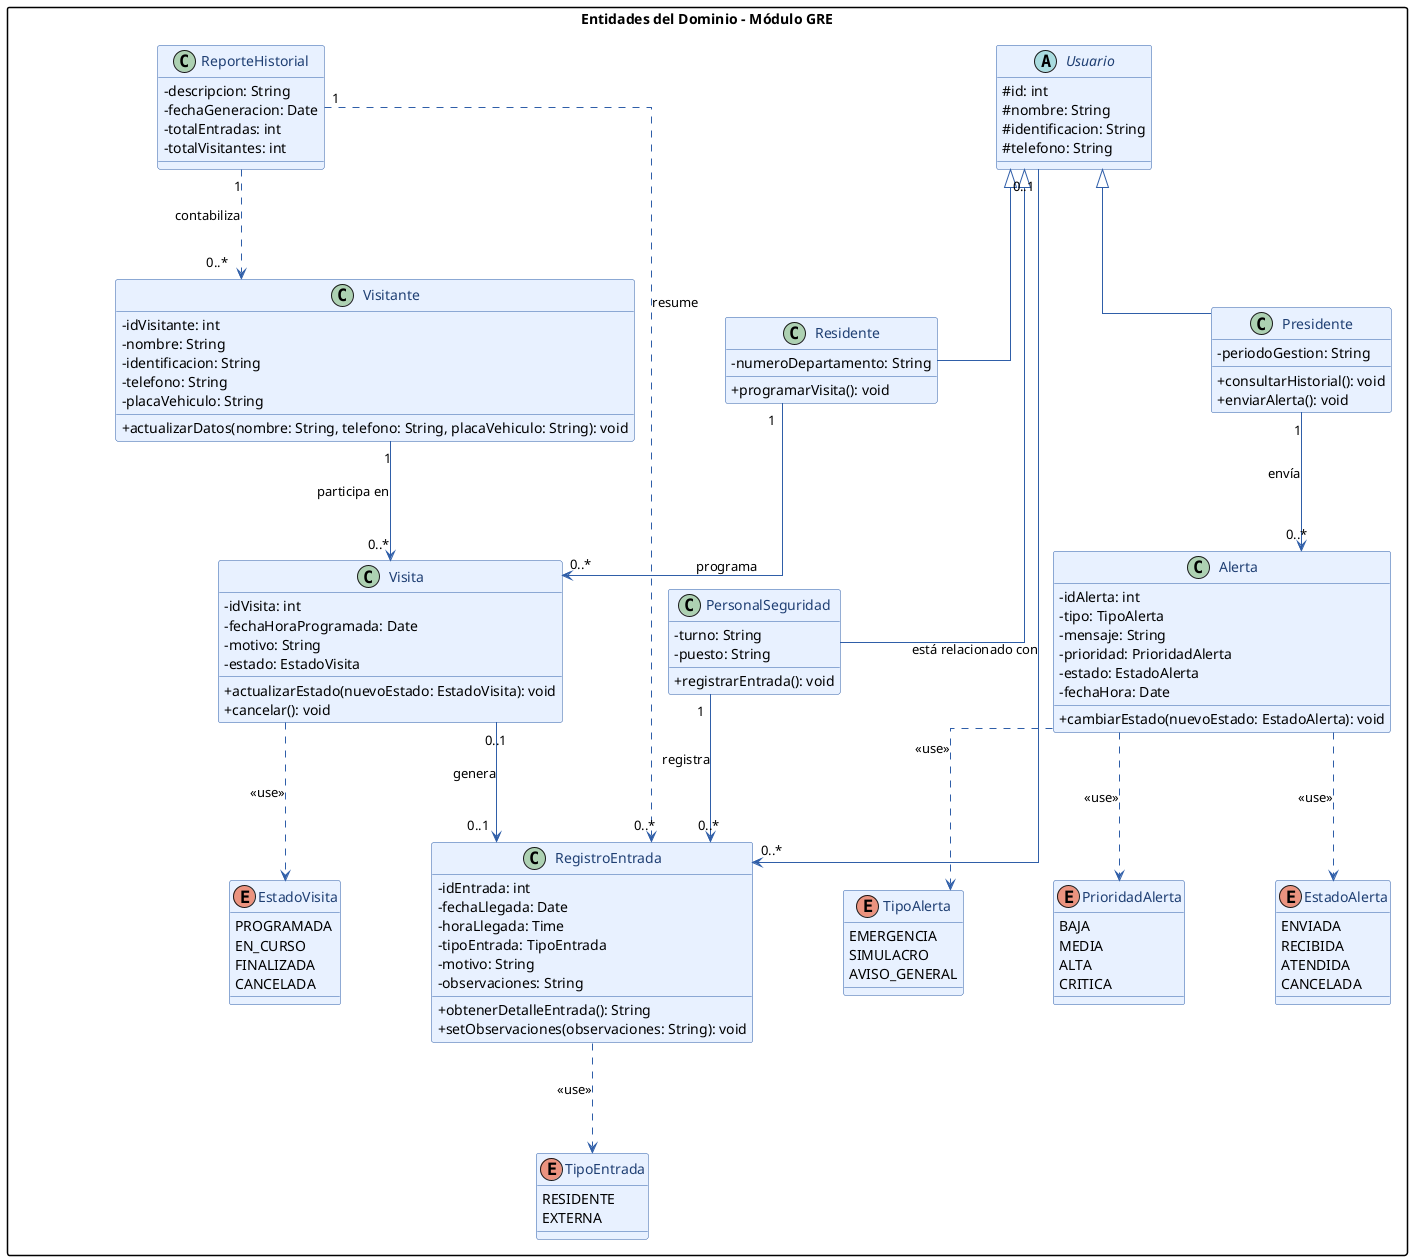
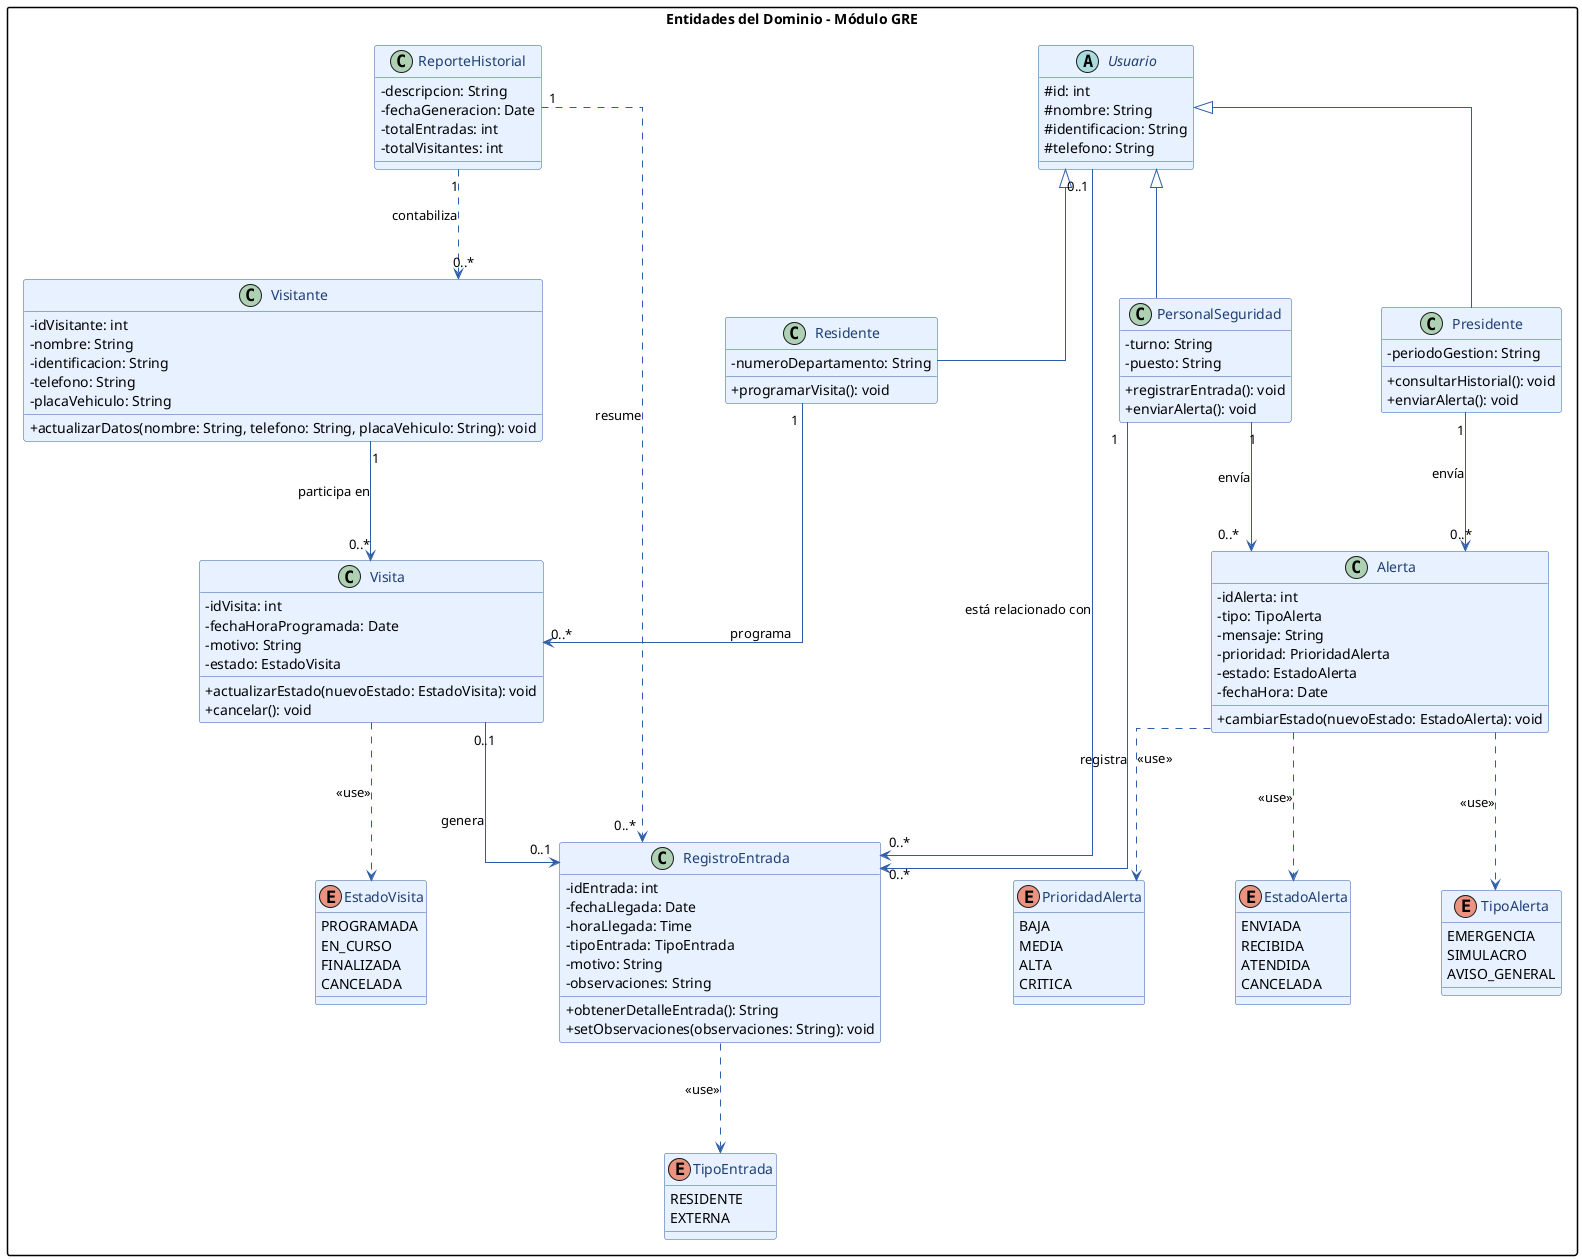
@startuml Diagrama_Dominio_GRE

skinparam classAttributeIconSize 0
skinparam shadowing false
skinparam packageStyle rectangle
skinparam linetype ortho
skinparam nodesep 90
skinparam ranksep 110

skinparam class {
    BackgroundColor #E8F1FF
    BorderColor #2F5EA8
    ArrowColor #2F5EA8
    FontColor #1F3F73
}

skinparam enum {
    BackgroundColor #EEF5FF
    BorderColor #1F3F73
    FontColor #1F3F73
}

package "Entidades del Dominio - Módulo GRE" {

    enum EstadoVisita {
        PROGRAMADA
        EN_CURSO
        FINALIZADA
        CANCELADA
    }

    enum TipoEntrada {
        RESIDENTE
        EXTERNA
    }

    enum TipoAlerta {
        EMERGENCIA
        SIMULACRO
        AVISO_GENERAL
    }

    enum PrioridadAlerta {
        BAJA
        MEDIA
        ALTA
        CRITICA
    }

    enum EstadoAlerta {
        ENVIADA
        RECIBIDA
        ATENDIDA
        CANCELADA
    }

    abstract class Usuario {
        # id: int
        # nombre: String
        # identificacion: String
        # telefono: String
    }

-     class Residente  {
+     class Residente {
        - numeroDepartamento: String
        + programarVisita(): void
    }

-     class Presidente  {
+     class Presidente {
        - periodoGestion: String
        + consultarHistorial(): void
        + enviarAlerta(): void
    }

    class PersonalSeguridad {
        - turno: String
        - puesto: String
        + registrarEntrada(): void
+         + enviarAlerta(): void
    }

    class Visitante {
        - idVisitante: int
        - nombre: String
        - identificacion: String
        - telefono: String
        - placaVehiculo: String
        + actualizarDatos(nombre: String, telefono: String, placaVehiculo: String): void
    }

    class Visita {
        - idVisita: int
        - fechaHoraProgramada: Date
        - motivo: String
        - estado: EstadoVisita
        + actualizarEstado(nuevoEstado: EstadoVisita): void
        + cancelar(): void
    }

    class RegistroEntrada {
        - idEntrada: int
        - fechaLlegada: Date
        - horaLlegada: Time
        - tipoEntrada: TipoEntrada
        - motivo: String
        - observaciones: String
        + obtenerDetalleEntrada(): String
        + setObservaciones(observaciones: String): void
    }

    class Alerta {
        - idAlerta: int
        - tipo: TipoAlerta
        - mensaje: String
        - prioridad: PrioridadAlerta
        - estado: EstadoAlerta
        - fechaHora: Date
        + cambiarEstado(nuevoEstado: EstadoAlerta): void
    }

    class ReporteHistorial {
        - descripcion: String
        - fechaGeneracion: Date
        - totalEntradas: int
        - totalVisitantes: int
    }

    ' Herencia
    Usuario <|-- Residente
    Usuario <|-- Presidente
    Usuario <|-- PersonalSeguridad

    ' Relaciones Centrales
    Residente "1" --> "0..*" Visita : "programa"
    Visitante "1" --> "0..*" Visita : "participa en"
    Visita "0..1" --> "0..1" RegistroEntrada : "genera"

    PersonalSeguridad "1" --> "0..*" RegistroEntrada : "registra"
    Usuario "0..1" --> "0..*" RegistroEntrada : "está relacionado con"

    Presidente "1" --> "0..*" Alerta : "envía"
+     PersonalSeguridad "1" --> "0..*" Alerta : "envía"

    ReporteHistorial "1" ..> "0..*" RegistroEntrada : "resume"
    ReporteHistorial "1" ..> "0..*" Visitante : "contabiliza"

-     ' Dependencias
+     ' Dependencias con enums
    Visita .down.> EstadoVisita : "<<use>>"
    RegistroEntrada .down.> TipoEntrada : "<<use>>"
    Alerta .down.> TipoAlerta : "<<use>>"
    Alerta .down.> PrioridadAlerta : "<<use>>"
    Alerta .down.> EstadoAlerta : "<<use>>"
}

@enduml